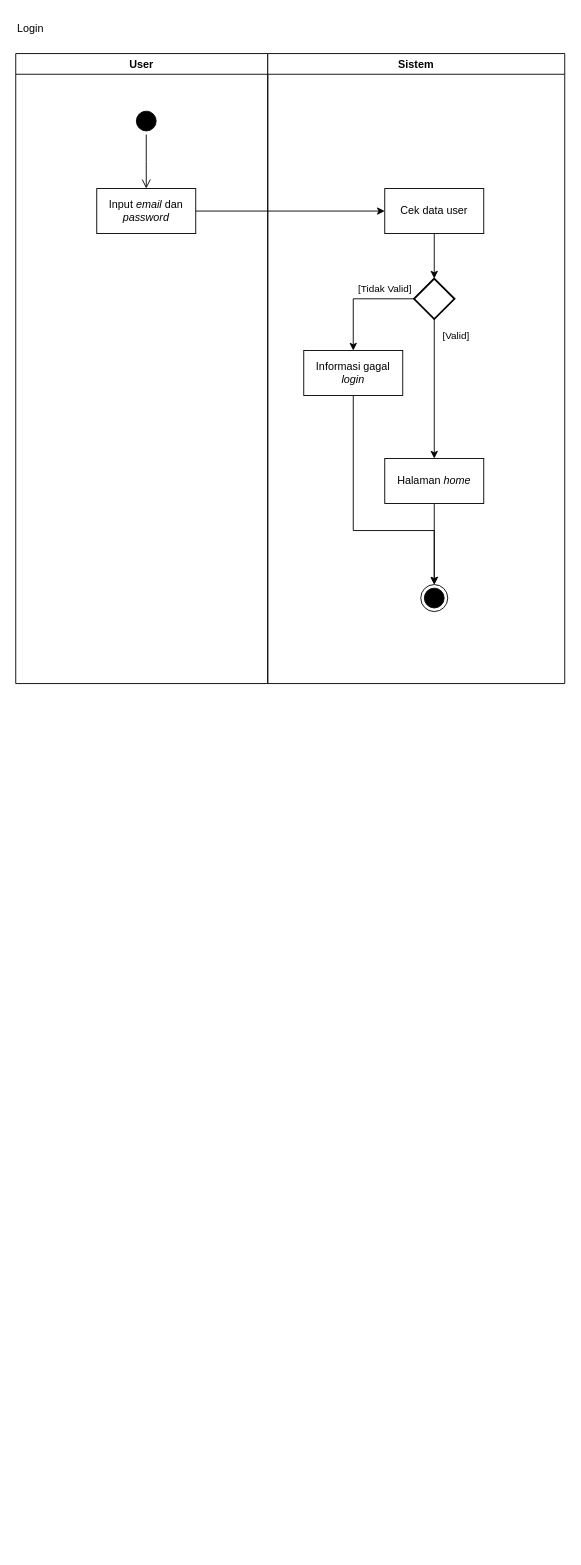
Earlier version of the draw.io diagram flow-chart-user.drawio (codetron21/laundryku-diagrams). Source tidied: cells renumbered, new cells numbered last; positions are measured from the earlier drawing's top-left corner, leaving out a move shared by most shapes. Both pictures are drawn from the tidied source at 90%, with x=0, y=0 at pixel (15, 15).
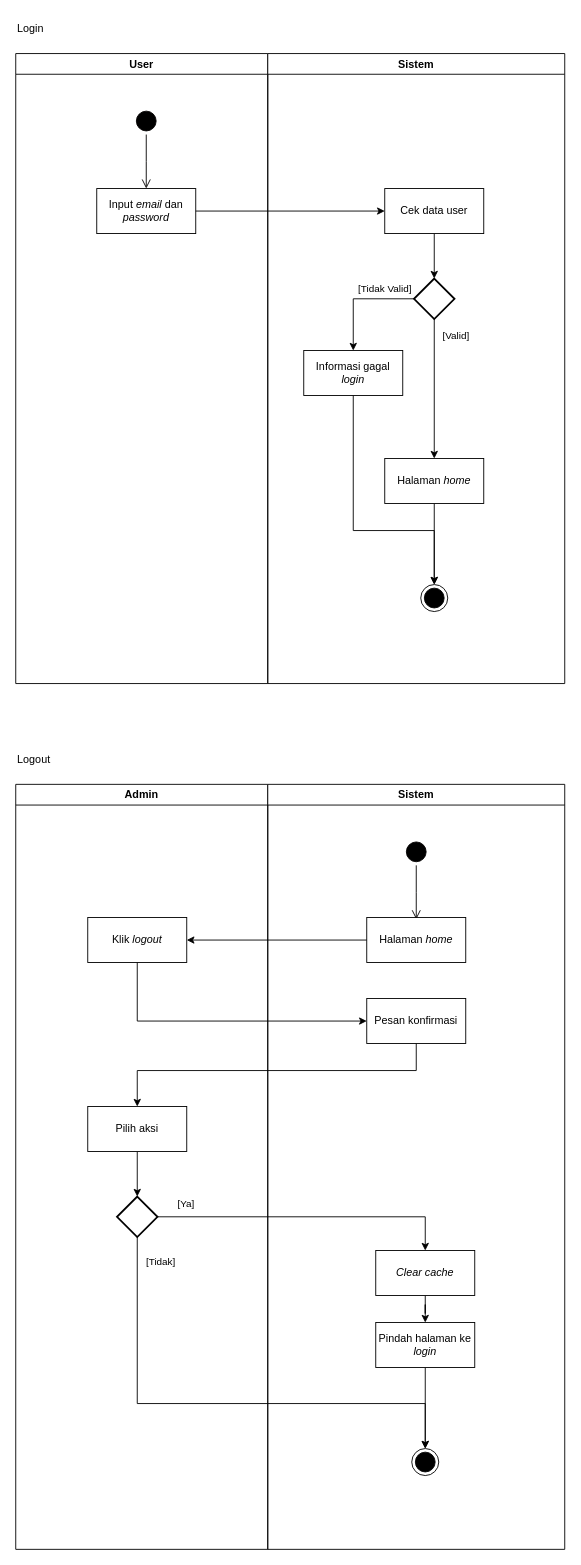
The same page after the edit.

Diff of the diagram source:
```diff
@@
+    <mxCell id="22" style="group;" parent="1" vertex="1">
+      <mxGeometry y="854" width="610" height="850" as="geometry" />
+    </mxCell>
+    <mxCell id="23" value="Admin" style="swimlane;whiteSpace=wrap;html=1;" parent="22" vertex="1">
+      <mxGeometry width="280" height="850" as="geometry" />
+    </mxCell>
+    <mxCell id="24" value="Klik &lt;i&gt;logout&lt;/i&gt;" style="html=1;whiteSpace=wrap;" parent="23" vertex="1">
+      <mxGeometry x="80" y="148" width="110" height="50" as="geometry" />
+    </mxCell>
+    <mxCell id="25" style="strokeWidth=2;html=1;shape=mxgraph.flowchart.decision;whiteSpace=wrap;" parent="23" vertex="1">
+      <mxGeometry x="112.5" y="458" width="45" height="45" as="geometry" />
+    </mxCell>
+    <mxCell id="26" style="edgeStyle=orthogonalEdgeStyle;rounded=0;jettySize=auto;html=1;" parent="23" edge="1" source="27" target="25">
+      <mxGeometry relative="1" as="geometry" />
+    </mxCell>
+    <mxCell id="27" value="Pilih aksi" style="html=1;whiteSpace=wrap;" parent="23" vertex="1">
+      <mxGeometry x="80" y="358" width="110" height="50" as="geometry" />
+    </mxCell>
+    <mxCell id="28" value="Sistem" style="swimlane;whiteSpace=wrap;html=1;" parent="22" vertex="1">
+      <mxGeometry x="280" width="330" height="850" as="geometry" />
+    </mxCell>
+    <mxCell id="29" style="ellipse;html=1;shape=endState;fillColor=#000000;strokeColor=#000000;" parent="28" vertex="1">
+      <mxGeometry x="160" y="738" width="30" height="30" as="geometry" />
+    </mxCell>
+    <mxCell id="30" style="ellipse;html=1;shape=startState;fillColor=#000000;strokeColor=#030000;" parent="28" vertex="1">
+      <mxGeometry x="150" y="60" width="30" height="30" as="geometry" />
+    </mxCell>
+    <mxCell id="31" style="edgeStyle=orthogonalEdgeStyle;html=1;verticalAlign=bottom;endArrow=open;endSize=8;strokeColor=#030000;rounded=0;" parent="28" edge="1" source="30">
+      <mxGeometry relative="1" as="geometry">
+        <mxPoint x="165" y="150" as="targetPoint" />
+      </mxGeometry>
+    </mxCell>
+    <mxCell id="32" value="Halaman &lt;i&gt;home&lt;/i&gt;" style="html=1;whiteSpace=wrap;" parent="28" vertex="1">
+      <mxGeometry x="110" y="148" width="110" height="50" as="geometry" />
+    </mxCell>
+    <mxCell id="33" value="Pesan konfirmasi" style="html=1;whiteSpace=wrap;" parent="28" vertex="1">
+      <mxGeometry x="110" y="238" width="110" height="50" as="geometry" />
+    </mxCell>
+    <mxCell id="34" style="edgeStyle=orthogonalEdgeStyle;rounded=0;jettySize=auto;html=1;" parent="28" edge="1" source="35" target="37">
+      <mxGeometry relative="1" as="geometry" />
+    </mxCell>
+    <mxCell id="35" value="&lt;i&gt;Clear cache&lt;/i&gt;" style="html=1;whiteSpace=wrap;" parent="28" vertex="1">
+      <mxGeometry x="120" y="518" width="110" height="50" as="geometry" />
+    </mxCell>
+    <mxCell id="36" style="edgeStyle=orthogonalEdgeStyle;rounded=0;jettySize=auto;html=1;" parent="28" edge="1" source="37" target="29">
+      <mxGeometry relative="1" as="geometry" />
+    </mxCell>
+    <mxCell id="37" value="Pindah halaman ke &lt;i&gt;login&lt;/i&gt;" style="html=1;whiteSpace=wrap;" parent="28" vertex="1">
+      <mxGeometry x="120" y="598" width="110" height="50" as="geometry" />
+    </mxCell>
+    <mxCell id="38" style="edgeStyle=orthogonalEdgeStyle;rounded=0;jettySize=auto;html=1;exitX=0;exitY=0.5;exitDx=0;exitDy=0;entryX=1;entryY=0.5;entryDx=0;entryDy=0;" parent="22" edge="1" source="32" target="24">
+      <mxGeometry relative="1" as="geometry" />
+    </mxCell>
+    <mxCell id="39" style="edgeStyle=orthogonalEdgeStyle;rounded=0;jettySize=auto;html=1;exitX=0.5;exitY=1;exitDx=0;exitDy=0;entryX=0;entryY=0.5;entryDx=0;entryDy=0;" parent="22" edge="1" source="24" target="33">
+      <mxGeometry relative="1" as="geometry" />
+    </mxCell>
+    <mxCell id="40" style="edgeStyle=orthogonalEdgeStyle;rounded=0;jettySize=auto;html=1;exitX=0.5;exitY=1;exitDx=0;exitDy=0;entryX=0.5;entryY=0;entryDx=0;entryDy=0;" parent="22" edge="1" source="33" target="27">
+      <mxGeometry relative="1" as="geometry">
+        <Array as="points">
+          <mxPoint x="445" y="318" />
+          <mxPoint x="135" y="318" />
+        </Array>
+      </mxGeometry>
+    </mxCell>
+    <mxCell id="41" style="edgeStyle=orthogonalEdgeStyle;rounded=0;jettySize=auto;html=1;exitX=1;exitY=0.5;exitDx=0;exitDy=0;exitPerimeter=0;entryX=0.5;entryY=0;entryDx=0;entryDy=0;" parent="22" edge="1" source="25" target="35">
+      <mxGeometry relative="1" as="geometry" />
+    </mxCell>
+    <mxCell id="42" value="[Ya]" style="edgeLabel;html=1;align=center;verticalAlign=middle;" parent="41" vertex="1">
+      <mxGeometry x="-0.79" y="1" relative="1" as="geometry">
+        <mxPoint x="-4" y="-14" as="offset" />
+      </mxGeometry>
+    </mxCell>
+    <mxCell id="43" style="edgeStyle=orthogonalEdgeStyle;rounded=0;jettySize=auto;html=1;exitX=0.5;exitY=1;exitDx=0;exitDy=0;exitPerimeter=0;entryX=0.5;entryY=0;entryDx=0;entryDy=0;" parent="22" edge="1" source="25" target="29">
+      <mxGeometry relative="1" as="geometry">
+        <Array as="points">
+          <mxPoint x="135" y="688" />
+          <mxPoint x="455" y="688" />
+        </Array>
+      </mxGeometry>
+    </mxCell>
+    <mxCell id="44" value="[Tidak]" style="edgeLabel;html=1;align=center;verticalAlign=middle;" parent="43" vertex="1">
+      <mxGeometry x="-0.87" y="-2" relative="1" as="geometry">
+        <mxPoint x="27" y="-10" as="offset" />
+      </mxGeometry>
+    </mxCell>
+    <mxCell id="45" value="Logout" style="text;html=1;align=left;verticalAlign=middle;strokeColor=none;fillColor=none;" parent="1" vertex="1">
+      <mxGeometry y="812" width="60" height="30" as="geometry" />
+    </mxCell>
```
